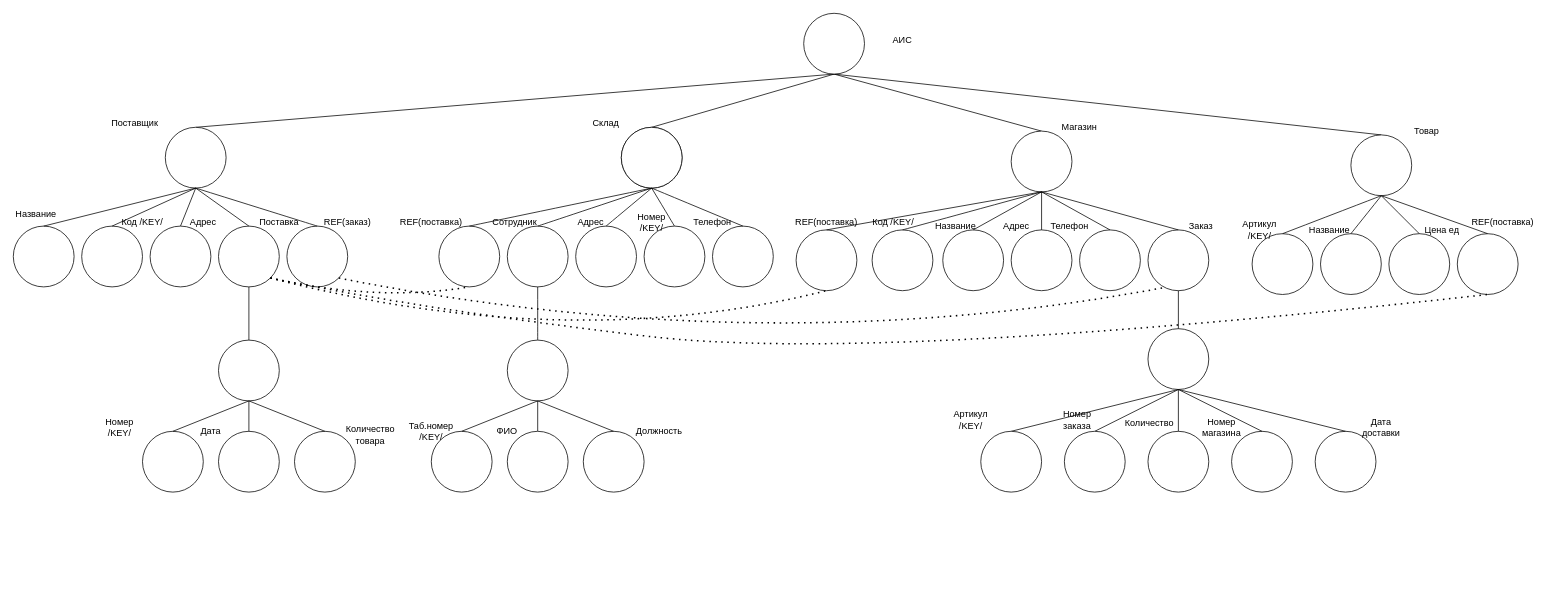
polina-shimolina/OpenWeatherMap keeps this draw.io diagram as Untitled Diagram.drawio. Above is the earlier version. Source tidied: cells renumbered, new cells numbered last; positions are measured from the earlier drawing's top-left corner, leaving out a move shared by most shapes. Both pictures are drawn from the tidied source at 76%, with x=0, y=0 at pixel (13, 13).
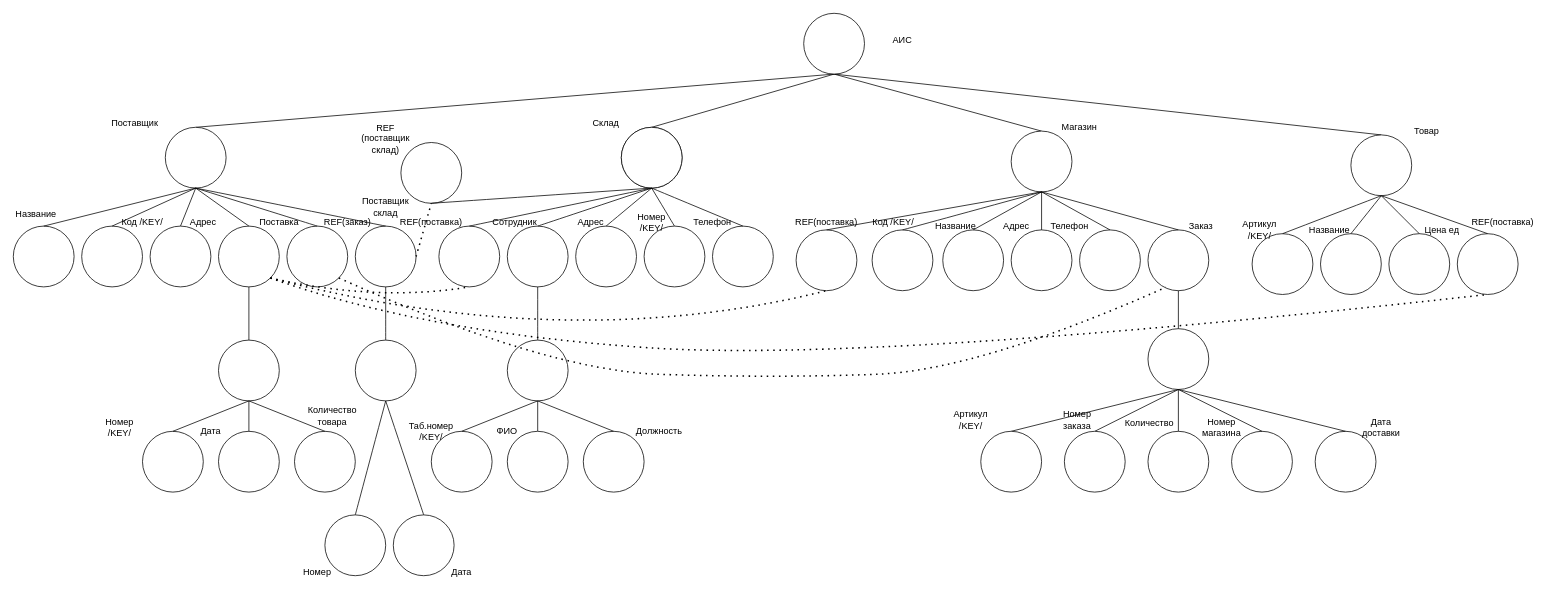
The same diagram, later.

The change refers to these unchanged cells:
```xml
<mxCell id="20" style="ellipse;whiteSpace=wrap;html=1;shadow=0;fillColor=#FFFFFF;" parent="17" vertex="1">
  <mxGeometry x="270" y="150" width="80" height="80" as="geometry" />
</mxCell>
<mxCell id="31" style="ellipse;whiteSpace=wrap;html=1;shadow=0;fillColor=#FFFFFF;" parent="30" vertex="1">
  <mxGeometry x="200" y="20" width="80" height="80" as="geometry" />
</mxCell>
<mxCell id="33" style="ellipse;whiteSpace=wrap;html=1;shadow=0;fillColor=#FFFFFF;" parent="30" vertex="1">
  <mxGeometry x="270" y="150" width="80" height="80" as="geometry" />
</mxCell>
<mxCell id="40" style="ellipse;whiteSpace=wrap;html=1;shadow=0;fillColor=#FFFFFF;" parent="30" vertex="1">
  <mxGeometry x="360" y="150" width="80" height="80" as="geometry" />
</mxCell>
<mxCell id="58" style="ellipse;whiteSpace=wrap;html=1;shadow=0;fillColor=#FFFFFF;" parent="52" vertex="1">
  <mxGeometry x="383" y="145" width="80" height="80" as="geometry" />
</mxCell>
<mxCell id="100" style="ellipse;whiteSpace=wrap;html=1;shadow=0;fillColor=#FFFFFF;" parent="95" vertex="1">
  <mxGeometry x="240" y="20" width="80" height="80" as="geometry" />
</mxCell>
```

What changed in the source:
```diff
@@
     <mxCell id="16" value="Количество товара" style="text;html=1;strokeColor=none;fillColor=none;align=center;verticalAlign=middle;whiteSpace=wrap;rounded=0;shadow=0;" parent="1" vertex="1">
-      <mxGeometry x="440" y="535" width="60" height="40" as="geometry" />
+      <mxGeometry x="390" y="510" width="60" height="40" as="geometry" />
     </mxCell>
@@
     <mxCell id="127" style="endArrow=none;dashed=1;html=1;dashPattern=1 3;strokeWidth=2;rounded=0;curved=1;entryX=0.5;entryY=1;entryDx=0;entryDy=0;exitX=1;exitY=1;exitDx=0;exitDy=0;" parent="1" edge="1" source="33" target="20">
       <mxGeometry relative="1" as="geometry">
         <Array as="points">
-          <mxPoint x="540" y="390" />
+          <mxPoint x="540" y="420" />
           <mxPoint x="1130" y="460" />
         </Array>
       </mxGeometry>
     </mxCell>
@@
     <mxCell id="130" style="endArrow=none;dashed=1;html=1;dashPattern=1 3;strokeWidth=2;rounded=0;curved=1;exitX=1;exitY=1;exitDx=0;exitDy=0;entryX=0.296;entryY=0.943;entryDx=0;entryDy=0;entryPerimeter=0;" parent="1" edge="1" source="40" target="58">
       <mxGeometry relative="1" as="geometry">
         <Array as="points">
-          <mxPoint x="990" y="460" />
+          <mxPoint x="700" y="470" />
+          <mxPoint x="1000" y="480" />
+          <mxPoint x="1270" y="470" />
         </Array>
       </mxGeometry>
     </mxCell>
+    <mxCell id="131" style="ellipse;whiteSpace=wrap;html=1;shadow=0;fillColor=#FFFFFF;" parent="1" vertex="1">
+      <mxGeometry x="450" y="280" width="80" height="80" as="geometry" />
+    </mxCell>
+    <mxCell id="132" style="ellipse;whiteSpace=wrap;html=1;shadow=0;fillColor=#FFFFFF;" parent="1" vertex="1">
+      <mxGeometry x="510" y="170" width="80" height="80" as="geometry" />
+    </mxCell>
+    <mxCell id="133" style="endArrow=none;html=1;rounded=0;curved=1;entryX=0.5;entryY=1;entryDx=0;entryDy=0;exitX=0.5;exitY=1;exitDx=0;exitDy=0;" parent="1" edge="1" source="132" target="100">
+      <mxGeometry relative="1" as="geometry" />
+    </mxCell>
+    <mxCell id="134" style="endArrow=none;html=1;rounded=0;curved=1;entryX=0.5;entryY=1;entryDx=0;entryDy=0;exitX=0.5;exitY=0;exitDx=0;exitDy=0;" parent="1" edge="1" source="131" target="31">
+      <mxGeometry relative="1" as="geometry" />
+    </mxCell>
+    <mxCell id="135" value="Поставщик склад" style="text;html=1;strokeColor=none;fillColor=none;align=center;verticalAlign=middle;whiteSpace=wrap;rounded=0;shadow=0;" parent="1" vertex="1">
+      <mxGeometry x="460" y="240" width="60" height="30" as="geometry" />
+    </mxCell>
+    <mxCell id="136" value="REF (поставщик склад)" style="text;html=1;strokeColor=none;fillColor=none;align=center;verticalAlign=middle;whiteSpace=wrap;rounded=0;shadow=0;" parent="1" vertex="1">
+      <mxGeometry x="460" y="150" width="60" height="30" as="geometry" />
+    </mxCell>
+    <mxCell id="137" style="ellipse;whiteSpace=wrap;html=1;shadow=0;fillColor=#FFFFFF;" parent="1" vertex="1">
+      <mxGeometry x="450" y="430" width="80" height="80" as="geometry" />
+    </mxCell>
+    <mxCell id="138" style="endArrow=none;html=1;rounded=0;curved=1;entryX=0.5;entryY=1;entryDx=0;entryDy=0;exitX=0.5;exitY=0;exitDx=0;exitDy=0;" parent="1" edge="1" source="137" target="131">
+      <mxGeometry relative="1" as="geometry" />
+    </mxCell>
+    <mxCell id="139" style="ellipse;whiteSpace=wrap;html=1;shadow=0;fillColor=#FFFFFF;" parent="1" vertex="1">
+      <mxGeometry x="410" y="660" width="80" height="80" as="geometry" />
+    </mxCell>
+    <mxCell id="140" style="ellipse;whiteSpace=wrap;html=1;shadow=0;fillColor=#FFFFFF;" parent="1" vertex="1">
+      <mxGeometry x="500" y="660" width="80" height="80" as="geometry" />
+    </mxCell>
+    <mxCell id="141" style="endArrow=none;html=1;rounded=0;curved=1;entryX=0.5;entryY=1;entryDx=0;entryDy=0;exitX=0.5;exitY=0;exitDx=0;exitDy=0;" parent="1" edge="1" source="139" target="137">
+      <mxGeometry relative="1" as="geometry" />
+    </mxCell>
+    <mxCell id="142" style="endArrow=none;html=1;rounded=0;curved=1;entryX=0.5;entryY=1;entryDx=0;entryDy=0;exitX=0.5;exitY=0;exitDx=0;exitDy=0;" parent="1" edge="1" source="140" target="137">
+      <mxGeometry relative="1" as="geometry" />
+    </mxCell>
+    <mxCell id="143" value="Номер" style="text;html=1;strokeColor=none;fillColor=none;align=center;verticalAlign=middle;whiteSpace=wrap;rounded=0;shadow=0;" parent="1" vertex="1">
+      <mxGeometry x="370" y="720" width="60" height="30" as="geometry" />
+    </mxCell>
+    <mxCell id="144" value="Дата" style="text;html=1;strokeColor=none;fillColor=none;align=center;verticalAlign=middle;whiteSpace=wrap;rounded=0;shadow=0;" parent="1" vertex="1">
+      <mxGeometry x="560" y="720" width="60" height="30" as="geometry" />
+    </mxCell>
+    <mxCell id="145" style="endArrow=none;dashed=1;html=1;dashPattern=1 3;strokeWidth=2;rounded=0;curved=1;entryX=0.5;entryY=1;entryDx=0;entryDy=0;exitX=1;exitY=0.5;exitDx=0;exitDy=0;" parent="1" edge="1" source="131" target="132">
+      <mxGeometry relative="1" as="geometry" />
+    </mxCell>
```
